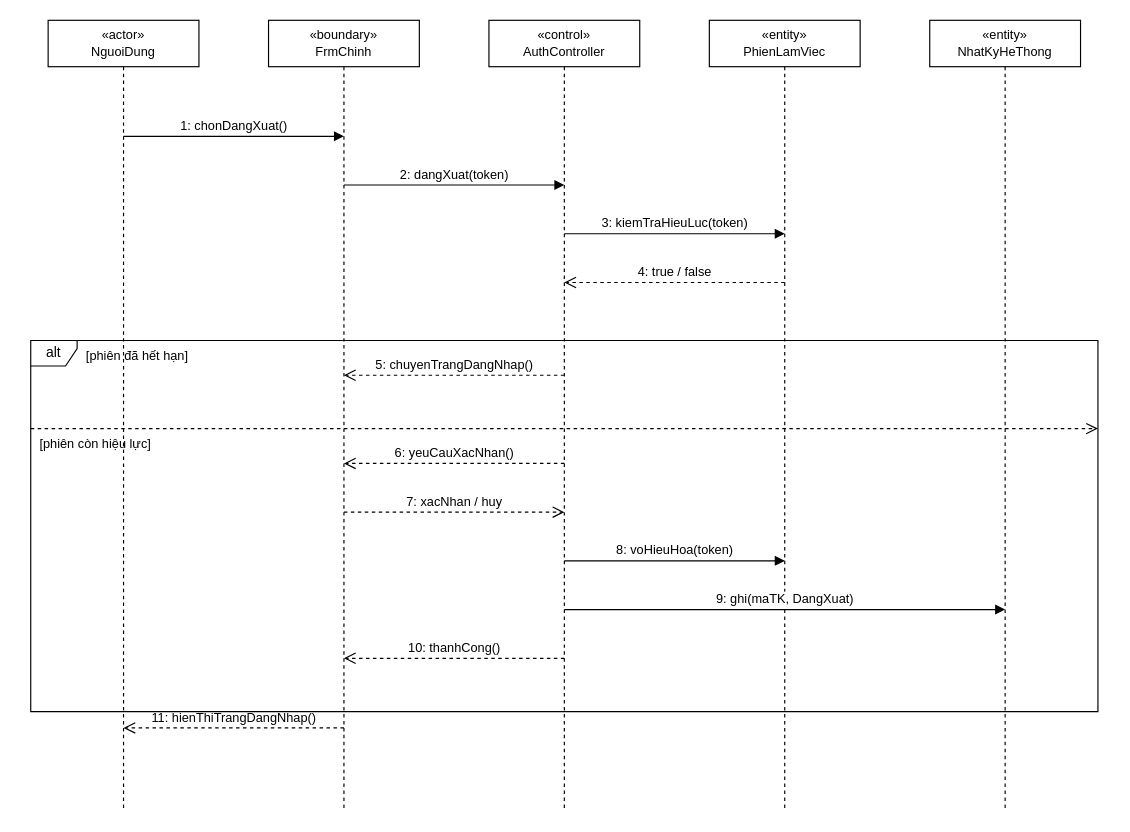
Before: docs/diagrams/03_TuanTu/UC_GD_002_Sequence_DangXuat.drawio in TranThienNhan8279/GreenDash, a draw.io diagram. Source tidied: cells renumbered, new cells numbered last; positions are measured from the earlier drawing's top-left corner, leaving out a move shared by most shapes. Both pictures are drawn from the tidied source at 116%, with x=0, y=0 at pixel (30, 20).
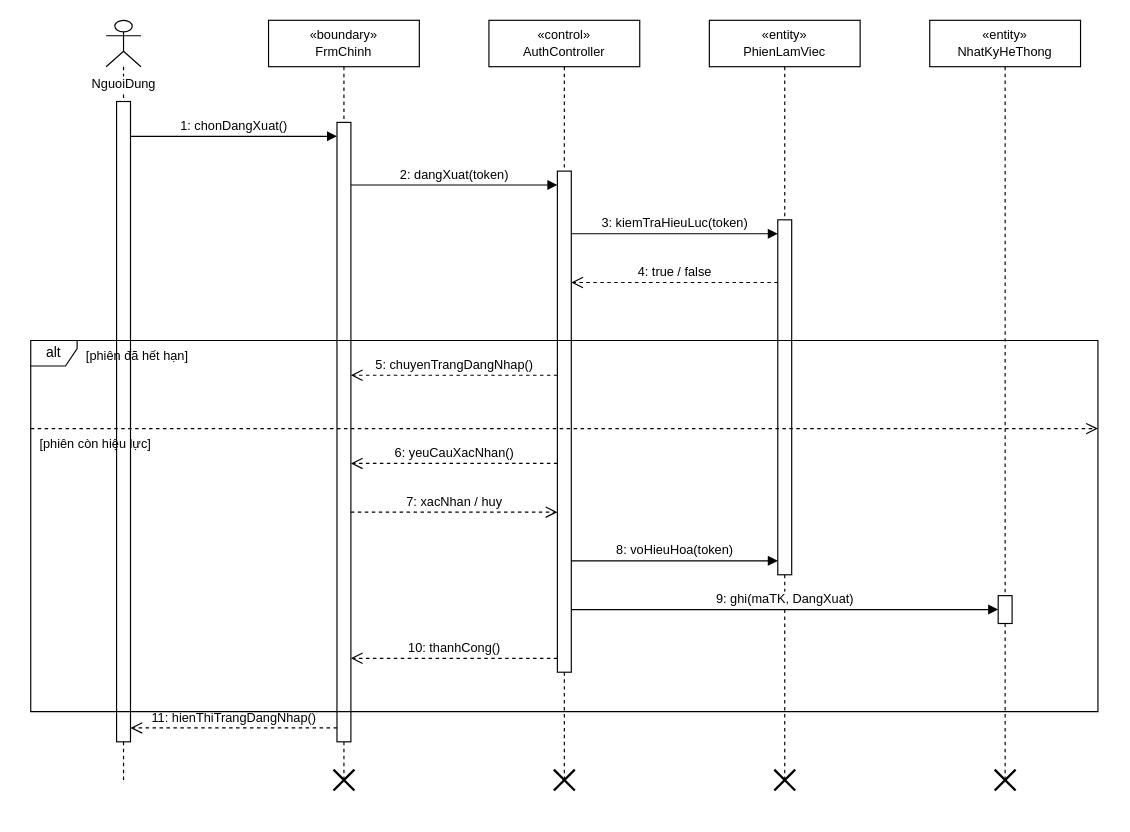
The same diagram, later.

The edit, as a diff of the source:
```diff
@@
-    <mxCell id="2" value="«actor»&lt;br&gt;NguoiDung" style="shape=umlLifeline;perimeter=lifelinePerimeter;whiteSpace=wrap;html=1;fontSize=11;" parent="1" vertex="1">
-      <mxGeometry x="15" width="130" height="682" as="geometry" />
+    <mxCell id="2" value="NguoiDung" style="shape=umlLifeline;participant=umlActor;verticalAlign=top;spacingTop=42;labelBackgroundColor=#ffffff;perimeter=lifelinePerimeter;whiteSpace=nowrap;html=1;fontSize=11;" parent="1" vertex="1">
+      <mxGeometry x="65" width="30" height="655" as="geometry" />
     </mxCell>
     <mxCell id="3" value="«boundary»&lt;br&gt;FrmChinh" style="shape=umlLifeline;perimeter=lifelinePerimeter;whiteSpace=wrap;html=1;fontSize=11;" parent="1" vertex="1">
-      <mxGeometry x="205" width="130" height="682" as="geometry" />
+      <mxGeometry x="205" width="130" height="655" as="geometry" />
     </mxCell>
     <mxCell id="4" value="«control»&lt;br&gt;AuthController" style="shape=umlLifeline;perimeter=lifelinePerimeter;whiteSpace=wrap;html=1;fontSize=11;" parent="1" vertex="1">
-      <mxGeometry x="395" width="130" height="682" as="geometry" />
+      <mxGeometry x="395" width="130" height="655" as="geometry" />
     </mxCell>
     <mxCell id="5" value="«entity»&lt;br&gt;PhienLamViec" style="shape=umlLifeline;perimeter=lifelinePerimeter;whiteSpace=wrap;html=1;fontSize=11;" parent="1" vertex="1">
-      <mxGeometry x="585" width="130" height="682" as="geometry" />
+      <mxGeometry x="585" width="130" height="655" as="geometry" />
     </mxCell>
     <mxCell id="6" value="«entity»&lt;br&gt;NhatKyHeThong" style="shape=umlLifeline;perimeter=lifelinePerimeter;whiteSpace=wrap;html=1;fontSize=11;" parent="1" vertex="1">
-      <mxGeometry x="775" width="130" height="682" as="geometry" />
+      <mxGeometry x="775" width="130" height="655" as="geometry" />
     </mxCell>
+    <mxCell id="22" style="html=1;perimeter=orthogonalPerimeter;fillColor=#ffffff;strokeColor=#000000;" parent="1" vertex="1">
+      <mxGeometry x="74" y="70" width="12" height="552" as="geometry" />
+    </mxCell>
+    <mxCell id="23" style="html=1;perimeter=orthogonalPerimeter;fillColor=#ffffff;strokeColor=#000000;" parent="1" vertex="1">
+      <mxGeometry x="264" y="88" width="12" height="534" as="geometry" />
+    </mxCell>
+    <mxCell id="24" style="shape=umlDestroy;html=1;strokeWidth=2;strokeColor=#000000;" parent="1" vertex="1">
+      <mxGeometry x="261" y="646" width="18" height="18" as="geometry" />
+    </mxCell>
+    <mxCell id="25" style="html=1;perimeter=orthogonalPerimeter;fillColor=#ffffff;strokeColor=#000000;" parent="1" vertex="1">
+      <mxGeometry x="454" y="130" width="12" height="432" as="geometry" />
+    </mxCell>
+    <mxCell id="26" style="shape=umlDestroy;html=1;strokeWidth=2;strokeColor=#000000;" parent="1" vertex="1">
+      <mxGeometry x="451" y="646" width="18" height="18" as="geometry" />
+    </mxCell>
+    <mxCell id="27" style="html=1;perimeter=orthogonalPerimeter;fillColor=#ffffff;strokeColor=#000000;" parent="1" vertex="1">
+      <mxGeometry x="644" y="172" width="12" height="306" as="geometry" />
+    </mxCell>
+    <mxCell id="28" style="shape=umlDestroy;html=1;strokeWidth=2;strokeColor=#000000;" parent="1" vertex="1">
+      <mxGeometry x="641" y="646" width="18" height="18" as="geometry" />
+    </mxCell>
+    <mxCell id="29" style="html=1;perimeter=orthogonalPerimeter;fillColor=#ffffff;strokeColor=#000000;" parent="1" vertex="1">
+      <mxGeometry x="834" y="496" width="12" height="24" as="geometry" />
+    </mxCell>
+    <mxCell id="30" style="shape=umlDestroy;html=1;strokeWidth=2;strokeColor=#000000;" parent="1" vertex="1">
+      <mxGeometry x="831" y="646" width="18" height="18" as="geometry" />
+    </mxCell>
     <mxCell id="7" value="1: chonDangXuat()" style="html=1;verticalAlign=bottom;endArrow=block;endFill=1;" parent="1" edge="1">
       <mxGeometry relative="1" as="geometry">
-        <mxPoint x="80" y="100" as="sourcePoint" />
-        <mxPoint x="270" y="100" as="targetPoint" />
+        <mxPoint x="86" y="100" as="sourcePoint" />
+        <mxPoint x="264" y="100" as="targetPoint" />
       </mxGeometry>
     </mxCell>
     <mxCell id="8" value="2: dangXuat(token)" style="html=1;verticalAlign=bottom;endArrow=block;endFill=1;" parent="1" edge="1">
       <mxGeometry relative="1" as="geometry">
-        <mxPoint x="270" y="142" as="sourcePoint" />
-        <mxPoint x="460" y="142" as="targetPoint" />
+        <mxPoint x="276" y="142" as="sourcePoint" />
+        <mxPoint x="454" y="142" as="targetPoint" />
       </mxGeometry>
     </mxCell>
     <mxCell id="9" value="3: kiemTraHieuLuc(token)" style="html=1;verticalAlign=bottom;endArrow=block;endFill=1;" parent="1" edge="1">
       <mxGeometry relative="1" as="geometry">
-        <mxPoint x="460" y="184" as="sourcePoint" />
-        <mxPoint x="650" y="184" as="targetPoint" />
+        <mxPoint x="466" y="184" as="sourcePoint" />
+        <mxPoint x="644" y="184" as="targetPoint" />
       </mxGeometry>
     </mxCell>
     <mxCell id="10" value="4: true / false" style="html=1;verticalAlign=bottom;endArrow=open;endSize=8;dashed=1;" parent="1" edge="1">
       <mxGeometry relative="1" as="geometry">
-        <mxPoint x="650" y="226" as="sourcePoint" />
-        <mxPoint x="460" y="226" as="targetPoint" />
+        <mxPoint x="644" y="226" as="sourcePoint" />
+        <mxPoint x="466" y="226" as="targetPoint" />
       </mxGeometry>
     </mxCell>
     <mxCell id="11" value="5: chuyenTrangDangNhap()" style="html=1;verticalAlign=bottom;endArrow=open;endSize=8;dashed=1;" parent="1" edge="1">
       <mxGeometry relative="1" as="geometry">
-        <mxPoint x="460" y="306" as="sourcePoint" />
-        <mxPoint x="270" y="306" as="targetPoint" />
+        <mxPoint x="454" y="306" as="sourcePoint" />
+        <mxPoint x="276" y="306" as="targetPoint" />
       </mxGeometry>
     </mxCell>
     <mxCell id="12" value="6: yeuCauXacNhan()" style="html=1;verticalAlign=bottom;endArrow=open;endSize=8;dashed=1;" parent="1" edge="1">
       <mxGeometry relative="1" as="geometry">
-        <mxPoint x="460" y="382" as="sourcePoint" />
-        <mxPoint x="270" y="382" as="targetPoint" />
+        <mxPoint x="454" y="382" as="sourcePoint" />
+        <mxPoint x="276" y="382" as="targetPoint" />
       </mxGeometry>
     </mxCell>
     <mxCell id="13" value="7: xacNhan / huy" style="html=1;verticalAlign=bottom;endArrow=open;endSize=8;dashed=1;" parent="1" edge="1">
       <mxGeometry relative="1" as="geometry">
-        <mxPoint x="270" y="424" as="sourcePoint" />
-        <mxPoint x="460" y="424" as="targetPoint" />
+        <mxPoint x="276" y="424" as="sourcePoint" />
+        <mxPoint x="454" y="424" as="targetPoint" />
       </mxGeometry>
     </mxCell>
     <mxCell id="14" value="8: voHieuHoa(token)" style="html=1;verticalAlign=bottom;endArrow=block;endFill=1;" parent="1" edge="1">
       <mxGeometry relative="1" as="geometry">
-        <mxPoint x="460" y="466" as="sourcePoint" />
-        <mxPoint x="650" y="466" as="targetPoint" />
+        <mxPoint x="466" y="466" as="sourcePoint" />
+        <mxPoint x="644" y="466" as="targetPoint" />
       </mxGeometry>
     </mxCell>
     <mxCell id="15" value="9: ghi(maTK, DangXuat)" style="html=1;verticalAlign=bottom;endArrow=block;endFill=1;" parent="1" edge="1">
       <mxGeometry relative="1" as="geometry">
-        <mxPoint x="460" y="508" as="sourcePoint" />
-        <mxPoint x="840" y="508" as="targetPoint" />
+        <mxPoint x="466" y="508" as="sourcePoint" />
+        <mxPoint x="834" y="508" as="targetPoint" />
       </mxGeometry>
     </mxCell>
     <mxCell id="16" value="10: thanhCong()" style="html=1;verticalAlign=bottom;endArrow=open;endSize=8;dashed=1;" parent="1" edge="1">
       <mxGeometry relative="1" as="geometry">
-        <mxPoint x="460" y="550" as="sourcePoint" />
-        <mxPoint x="270" y="550" as="targetPoint" />
+        <mxPoint x="454" y="550" as="sourcePoint" />
+        <mxPoint x="276" y="550" as="targetPoint" />
       </mxGeometry>
     </mxCell>
     <mxCell id="17" value="11: hienThiTrangDangNhap()" style="html=1;verticalAlign=bottom;endArrow=open;endSize=8;dashed=1;" parent="1" edge="1">
       <mxGeometry relative="1" as="geometry">
-        <mxPoint x="270" y="610" as="sourcePoint" />
-        <mxPoint x="80" y="610" as="targetPoint" />
+        <mxPoint x="264" y="610" as="sourcePoint" />
+        <mxPoint x="86" y="610" as="targetPoint" />
       </mxGeometry>
     </mxCell>
```
